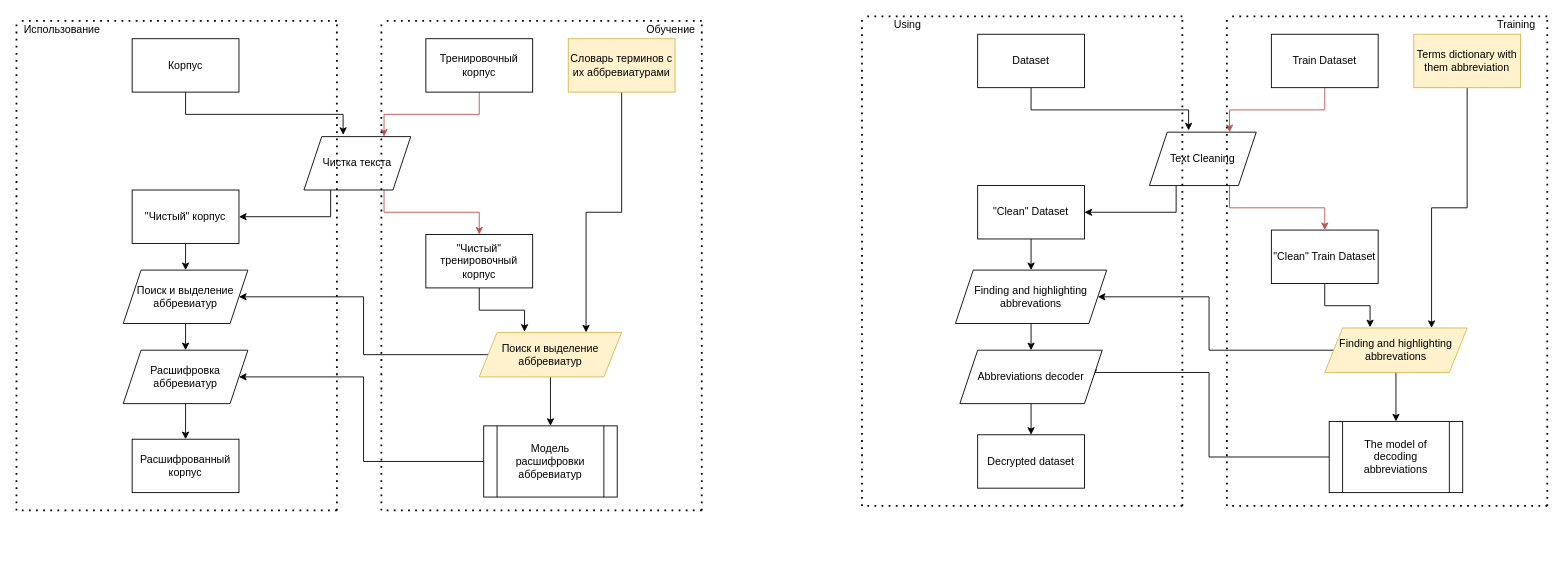
EgorovM/abbreviations_decode keeps this draw.io diagram as Untitled Diagram.drawio. Above is the earlier version. Source tidied: cells renumbered, new cells numbered last; positions are measured from the earlier drawing's top-left corner, leaving out a move shared by most shapes. Both pictures are drawn from the tidied source at 89%, with x=0, y=0 at pixel (16, 16).
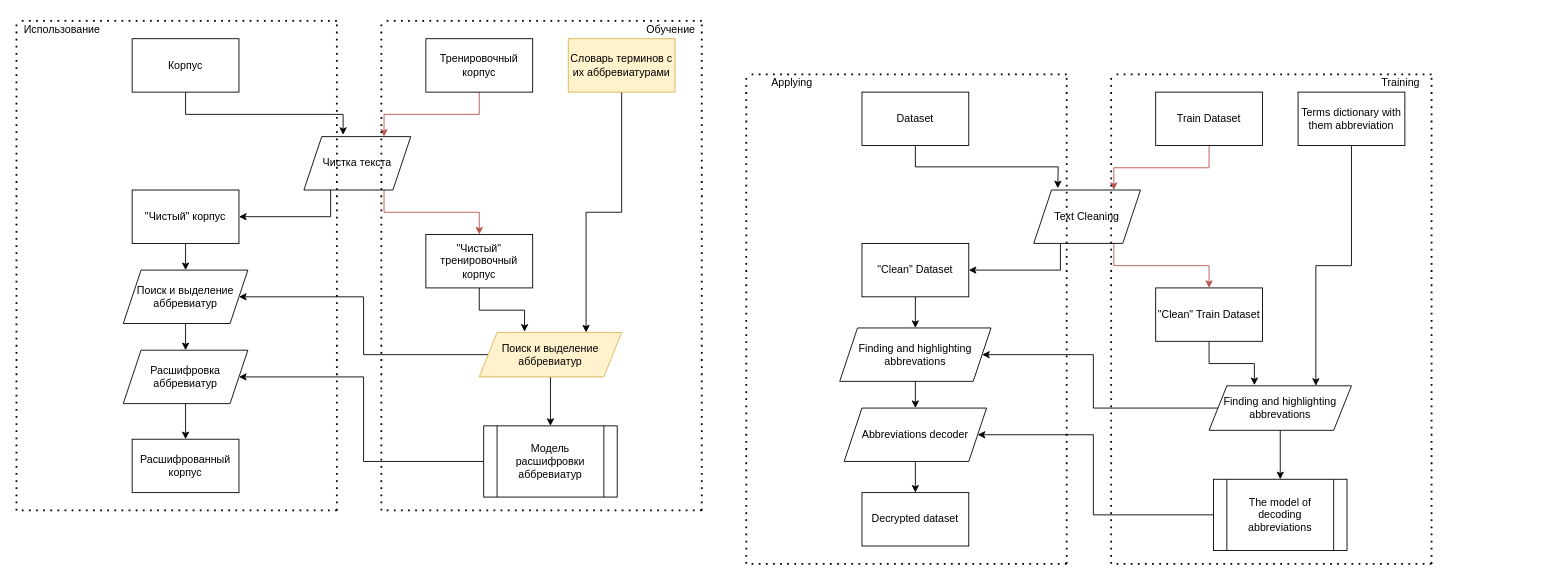
The same diagram, later.

Unchanged cells that the change refers to:
```xml
<mxCell id="61" value="Dataset" style="rounded=0;whiteSpace=wrap;html=1;" parent="55" vertex="1">
  <mxGeometry x="130" y="20" width="120" height="60" as="geometry" />
</mxCell>
<mxCell id="62" value="Finding and highlighting abbrevations" style="shape=parallelogram;perimeter=parallelogramPerimeter;whiteSpace=wrap;html=1;fixedSize=1;" parent="55" vertex="1">
  <mxGeometry x="105" y="285" width="170" height="60" as="geometry" />
</mxCell>
<mxCell id="63" value="Abbreviations decoder" style="shape=parallelogram;perimeter=parallelogramPerimeter;whiteSpace=wrap;html=1;fixedSize=1;" parent="55" vertex="1">
  <mxGeometry x="110" y="375" width="160" height="60" as="geometry" />
</mxCell>
```

What changed in the source:
```diff
@@
-    <mxCell id="38" style="edgeStyle=orthogonalEdgeStyle;rounded=0;jettySize=auto;html=1;exitX=0.5;exitY=1;exitDx=0;exitDy=0;entryX=0.367;entryY=-0.033;entryDx=0;entryDy=0;entryPerimeter=0;" parent="1" edge="1" source="61" target="43">
-      <mxGeometry relative="1" as="geometry" />
+    <mxCell id="38" style="edgeStyle=orthogonalEdgeStyle;rounded=0;jettySize=auto;html=1;exitX=0.5;exitY=1;exitDx=0;exitDy=0;" parent="1" edge="1" source="61">
+      <mxGeometry relative="1" as="geometry">
+        <mxPoint x="1170" y="193" as="targetPoint" />
+      </mxGeometry>
     </mxCell>
@@
-    <mxCell id="40" value="Terms dictionary with them abbreviation" style="rounded=0;whiteSpace=wrap;html=1;fillColor=#fff2cc;strokeColor=#d6b656;" parent="1" vertex="1">
-      <mxGeometry x="1570" y="20" width="120" height="60" as="geometry" />
+    <mxCell id="40" value="Terms dictionary with them abbreviation" style="rounded=0;whiteSpace=wrap;html=1;" parent="1" vertex="1">
+      <mxGeometry x="1440" y="85" width="120" height="60" as="geometry" />
     </mxCell>
@@
     <mxCell id="43" value="Text Cleaning" style="shape=parallelogram;perimeter=parallelogramPerimeter;whiteSpace=wrap;html=1;fixedSize=1;" parent="1" vertex="1">
-      <mxGeometry x="1273" y="130" width="120" height="60" as="geometry" />
+      <mxGeometry x="1143" y="195" width="120" height="60" as="geometry" />
     </mxCell>
@@
     <mxCell id="45" value="&quot;Clean&quot; Train Dataset" style="rounded=0;whiteSpace=wrap;html=1;" parent="1" vertex="1">
-      <mxGeometry x="1410" y="240" width="120" height="60" as="geometry" />
+      <mxGeometry x="1280" y="305" width="120" height="60" as="geometry" />
     </mxCell>
@@
     <mxCell id="47" value="&quot;Clean&quot; Dataset" style="rounded=0;whiteSpace=wrap;html=1;" parent="1" vertex="1">
-      <mxGeometry x="1080" y="190" width="120" height="60" as="geometry" />
+      <mxGeometry x="950" y="255" width="120" height="60" as="geometry" />
     </mxCell>
@@
     <mxCell id="49" value="Decrypted dataset" style="rounded=0;whiteSpace=wrap;html=1;" parent="1" vertex="1">
-      <mxGeometry x="1080" y="470" width="120" height="60" as="geometry" />
+      <mxGeometry x="950" y="535" width="120" height="60" as="geometry" />
     </mxCell>
     <mxCell id="50" style="edgeStyle=orthogonalEdgeStyle;rounded=0;jettySize=auto;html=1;exitX=0;exitY=0.5;exitDx=0;exitDy=0;entryX=1;entryY=0.5;entryDx=0;entryDy=0;" parent="1" edge="1" source="51" target="63">
       <mxGeometry relative="1" as="geometry">
         <Array as="points">
-          <mxPoint x="1340" y="495" />
-          <mxPoint x="1340" y="400" />
+          <mxPoint x="1210" y="560" />
+          <mxPoint x="1210" y="470" />
         </Array>
       </mxGeometry>
     </mxCell>
     <mxCell id="51" value="The model of decoding abbreviations" style="shape=process;whiteSpace=wrap;html=1;backgroundOutline=1;" parent="1" vertex="1">
-      <mxGeometry x="1475" y="455" width="150" height="80" as="geometry" />
+      <mxGeometry x="1345" y="520" width="150" height="80" as="geometry" />
     </mxCell>
@@
     <mxCell id="53" style="edgeStyle=orthogonalEdgeStyle;rounded=0;jettySize=auto;html=1;exitX=0;exitY=0.5;exitDx=0;exitDy=0;entryX=1;entryY=0.5;entryDx=0;entryDy=0;" parent="1" edge="1" source="54" target="62">
       <mxGeometry relative="1" as="geometry">
         <Array as="points">
-          <mxPoint x="1340" y="375" />
-          <mxPoint x="1340" y="315" />
+          <mxPoint x="1210" y="440" />
+          <mxPoint x="1210" y="380" />
         </Array>
       </mxGeometry>
     </mxCell>
-    <mxCell id="54" value="Finding and highlighting abbrevations" style="shape=parallelogram;perimeter=parallelogramPerimeter;whiteSpace=wrap;html=1;fixedSize=1;fillColor=#fff2cc;strokeColor=#d6b656;" parent="1" vertex="1">
-      <mxGeometry x="1470" y="350" width="160" height="50" as="geometry" />
+    <mxCell id="54" value="Finding and highlighting abbrevations" style="shape=parallelogram;perimeter=parallelogramPerimeter;whiteSpace=wrap;html=1;fixedSize=1;" parent="1" vertex="1">
+      <mxGeometry x="1340" y="415" width="160" height="50" as="geometry" />
     </mxCell>
     <mxCell id="55" style="group;" parent="1" vertex="1">
-      <mxGeometry x="950" width="360" height="550" as="geometry" />
+      <mxGeometry x="820" y="65" width="360" height="550" as="geometry" />
     </mxCell>
@@
-    <mxCell id="60" value="Using" style="text;html=1;align=center;verticalAlign=middle;" parent="55" vertex="1">
-      <mxGeometry x="25.5" width="50" height="20" as="geometry" />
+    <mxCell id="60" value="Applying" style="text;html=1;align=center;verticalAlign=middle;" parent="55" vertex="1">
+      <mxGeometry x="20.5" width="60" height="20" as="geometry" />
     </mxCell>
@@
     <mxCell id="65" style="group;" parent="1" vertex="1">
-      <mxGeometry x="1360" width="360" height="550" as="geometry" />
+      <mxGeometry x="1230" y="65" width="360" height="550" as="geometry" />
     </mxCell>
```
